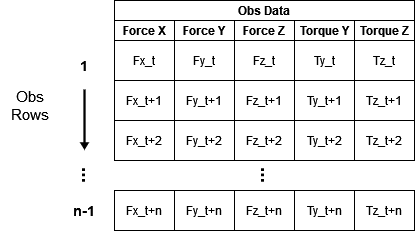
Earlier version of the draw.io export obs_matrix.drawio.png (TONiiV/flowcharts). Source tidied: cells renumbered, new cells last; positions are measured from the earlier drawing's top-left corner, leaving out a move shared by most shapes.
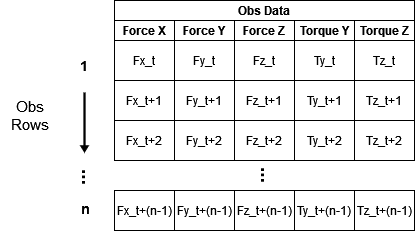
After the change.

Change to the diagram source:
```diff
@@ -66,37 +66,37 @@
       <mxGeometry y="100" width="60" height="40" as="geometry" />
     </mxCell>
     <mxCell id="23" value="&lt;div align=&quot;center&quot;&gt;&lt;font style=&quot;font-size: 15px&quot;&gt;Obs Rows&lt;/font&gt;&lt;/div&gt;" style="text;html=1;strokeColor=none;fillColor=none;align=center;verticalAlign=middle;whiteSpace=wrap;rounded=0;fontSize=14;fontFamily=Helvetica;" parent="1" vertex="1">
-      <mxGeometry y="90" width="60" height="30" as="geometry" />
+      <mxGeometry y="100" width="60" height="30" as="geometry" />
     </mxCell>
-    <mxCell id="24" value="Fx_t+n" style="rounded=0;whiteSpace=wrap;html=1;" parent="1" vertex="1">
+    <mxCell id="24" value="Fx_t+(n-1)" style="rounded=0;whiteSpace=wrap;html=1;" parent="1" vertex="1">
       <mxGeometry x="114" y="190" width="60" height="40" as="geometry" />
     </mxCell>
-    <mxCell id="25" value="Fy_t+n" style="rounded=0;whiteSpace=wrap;html=1;" parent="1" vertex="1">
+    <mxCell id="25" value="Fy_t+(n-1)" style="rounded=0;whiteSpace=wrap;html=1;" parent="1" vertex="1">
       <mxGeometry x="174" y="190" width="60" height="40" as="geometry" />
     </mxCell>
-    <mxCell id="26" value="Fz_t+n" style="rounded=0;whiteSpace=wrap;html=1;" parent="1" vertex="1">
+    <mxCell id="26" value="Fz_t+(n-1)" style="rounded=0;whiteSpace=wrap;html=1;" parent="1" vertex="1">
       <mxGeometry x="234" y="190" width="60" height="40" as="geometry" />
     </mxCell>
-    <mxCell id="27" value="Ty_t+n" style="rounded=0;whiteSpace=wrap;html=1;" parent="1" vertex="1">
+    <mxCell id="27" value="Ty_t+(n-1)" style="rounded=0;whiteSpace=wrap;html=1;" parent="1" vertex="1">
       <mxGeometry x="294" y="190" width="60" height="40" as="geometry" />
     </mxCell>
-    <mxCell id="28" value="Tz_t+n" style="rounded=0;whiteSpace=wrap;html=1;" parent="1" vertex="1">
+    <mxCell id="28" value="Tz_t+(n-1)" style="rounded=0;whiteSpace=wrap;html=1;" parent="1" vertex="1">
       <mxGeometry x="354" y="190" width="60" height="40" as="geometry" />
     </mxCell>
     <mxCell id="29" style="shape=flexArrow;endArrow=classic;html=1;rounded=0;fontSize=14;fillColor=#000000;width=1.2;endSize=1.732;endWidth=5.5200000000000005;exitX=0.5;exitY=1;exitDx=0;exitDy=0;" parent="1" edge="1">
       <mxGeometry relative="1" as="geometry">
-        <mxPoint x="84" y="89" as="sourcePoint" />
-        <mxPoint x="84" y="149" as="targetPoint" />
+        <mxPoint x="84" y="92" as="sourcePoint" />
+        <mxPoint x="84" y="152" as="targetPoint" />
       </mxGeometry>
     </mxCell>
     <mxCell id="30" value="&lt;div align=&quot;center&quot;&gt;&lt;b&gt;1&lt;/b&gt;&lt;/div&gt;" style="text;html=1;strokeColor=none;fillColor=none;align=center;verticalAlign=middle;whiteSpace=wrap;rounded=0;fontSize=14;fontFamily=Helvetica;" parent="1" vertex="1">
       <mxGeometry x="54" y="50" width="60" height="30" as="geometry" />
     </mxCell>
-    <mxCell id="31" value="&lt;b&gt;n-1&lt;/b&gt;" style="text;html=1;strokeColor=none;fillColor=none;align=center;verticalAlign=middle;whiteSpace=wrap;rounded=0;fontSize=14;fontFamily=Helvetica;" parent="1" vertex="1">
-      <mxGeometry x="54" y="195" width="60" height="30" as="geometry" />
+    <mxCell id="31" value="&lt;b&gt;n&lt;/b&gt;" style="text;html=1;strokeColor=none;fillColor=none;align=center;verticalAlign=middle;whiteSpace=wrap;rounded=0;fontSize=14;fontFamily=Helvetica;" parent="1" vertex="1">
+      <mxGeometry x="55" y="193" width="60" height="30" as="geometry" />
     </mxCell>
     <mxCell id="32" value="&lt;div style=&quot;font-size: 19px&quot; align=&quot;center&quot;&gt;&lt;b&gt;...&lt;/b&gt;&lt;/div&gt;" style="text;html=1;strokeColor=none;fillColor=none;align=center;verticalAlign=middle;whiteSpace=wrap;rounded=0;fontSize=14;fontFamily=Helvetica;rotation=90;" parent="1" vertex="1">
-      <mxGeometry x="60" y="160" width="60" height="30" as="geometry" />
+      <mxGeometry x="60" y="162" width="60" height="30" as="geometry" />
     </mxCell>
     <mxCell id="33" value="&lt;div style=&quot;font-size: 19px&quot; align=&quot;center&quot;&gt;&lt;b&gt;...&lt;/b&gt;&lt;/div&gt;" style="text;html=1;strokeColor=none;fillColor=none;align=center;verticalAlign=middle;whiteSpace=wrap;rounded=0;fontSize=14;fontFamily=Helvetica;rotation=90;" parent="1" vertex="1">
       <mxGeometry x="239" y="160" width="60" height="30" as="geometry" />
```
